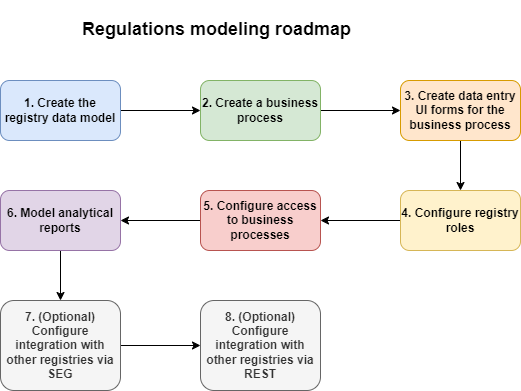
The draw.io diagram docs/en/modules/registry-develop/images/study-project/registry-regulations-roadmap.png in epam/edp-ddm-architecture, before a commit. Source tidied: cells renumbered, new cells last; positions are measured from the earlier drawing's top-left corner, leaving out a move shared by most shapes.
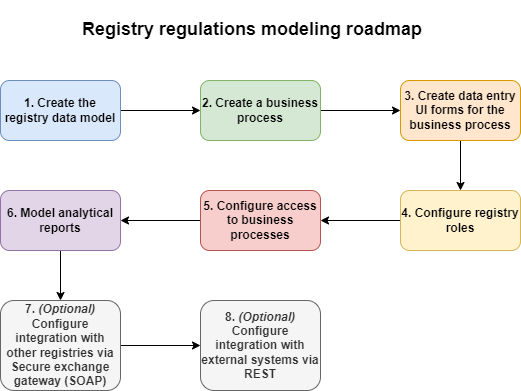
After the commit.

What changed in the source:
```diff
@@ -41,13 +41,13 @@
     <mxCell id="14" style="edgeStyle=orthogonalEdgeStyle;rounded=0;jettySize=auto;html=1;fontFamily=Helvetica;fontSize=12;fontColor=#000000;" parent="1" edge="1" source="15" target="16">
       <mxGeometry relative="1" as="geometry" />
     </mxCell>
-    <mxCell id="15" value="&lt;b&gt;7. (Optional) Configure integration with other registries via SEG&lt;/b&gt;" style="rounded=1;whiteSpace=wrap;html=1;fillColor=#f5f5f5;fontColor=#333333;strokeColor=#666666;" parent="1" vertex="1">
+    <mxCell id="15" value="&lt;b&gt;7. &lt;i&gt;(Optional)&lt;/i&gt; Configure integration with other registries via Secure exchange gateway (SOAP)&lt;/b&gt;" style="rounded=1;whiteSpace=wrap;html=1;fillColor=#f5f5f5;fontColor=#333333;strokeColor=#666666;" parent="1" vertex="1">
       <mxGeometry y="300" width="120" height="90" as="geometry" />
     </mxCell>
-    <mxCell id="16" value="&lt;b&gt;8. (Optional) Configure integration with other registries via REST&lt;/b&gt;" style="rounded=1;whiteSpace=wrap;html=1;fillColor=#f5f5f5;fontColor=#333333;strokeColor=#666666;" parent="1" vertex="1">
+    <mxCell id="16" value="&lt;b&gt;8. &lt;i&gt;(Optional)&lt;/i&gt; Configure integration with external systems via REST&lt;/b&gt;" style="rounded=1;whiteSpace=wrap;html=1;fillColor=#f5f5f5;fontColor=#333333;strokeColor=#666666;" parent="1" vertex="1">
       <mxGeometry x="200" y="300" width="120" height="90" as="geometry" />
     </mxCell>
-    <mxCell id="17" value="&lt;div style=&quot;background-color: rgb(255, 255, 255);&quot;&gt;&lt;pre style=&quot;&quot;&gt;&lt;font size=&quot;1&quot; style=&quot;&quot; face=&quot;Helvetica&quot;&gt;&lt;b style=&quot;font-size: 18px;&quot;&gt;Regulations modeling roadmap&lt;/b&gt;&lt;/font&gt;&lt;/pre&gt;&lt;/div&gt;" style="text;whiteSpace=wrap;html=1;fontSize=12;fontFamily=Helvetica;fontColor=#000000;" parent="1" vertex="1">
+    <mxCell id="17" value="&lt;div style=&quot;background-color: rgb(255, 255, 255);&quot;&gt;&lt;pre style=&quot;&quot;&gt;&lt;font size=&quot;1&quot; style=&quot;&quot; face=&quot;Helvetica&quot;&gt;&lt;b style=&quot;font-size: 18px;&quot;&gt;Registry regulations modeling roadmap&lt;/b&gt;&lt;/font&gt;&lt;/pre&gt;&lt;/div&gt;" style="text;whiteSpace=wrap;html=1;fontSize=12;fontFamily=Helvetica;fontColor=#000000;" parent="1" vertex="1">
       <mxGeometry x="80" width="300" height="70" as="geometry" />
     </mxCell>
   </root>
```
